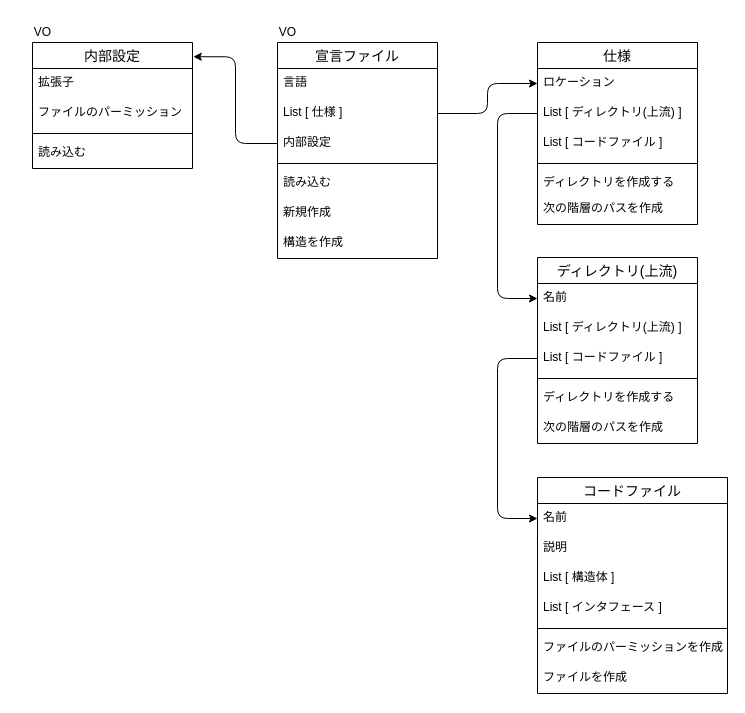
Earlier version of the draw.io diagram page "ドメインモデル図" (1 of 2) of design.dio (asweed888/clerk). Source tidied: cells renumbered, new cells numbered last; positions are measured from the earlier drawing's top-left corner, leaving out a move shared by most shapes. Both pictures are drawn from the tidied source at 100%, with x=0, y=0 at pixel (17, 17).
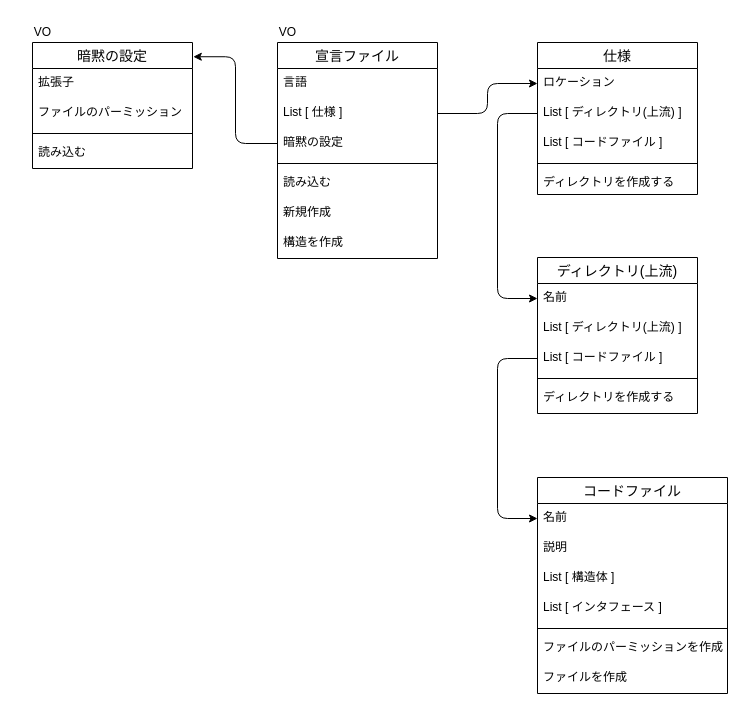
The same page after the edit.

The change refers to these unchanged cells:
```xml
<mxCell id="3" value="宣言ファイル" style="swimlane;fontStyle=0;horizontal=1;startSize=26;align=center;fontSize=14;" parent="2" vertex="1">
  <mxGeometry x="-70" y="20" width="160" height="216" as="geometry" />
</mxCell>
<mxCell id="12" style="group;" parent="1" vertex="1">
  <mxGeometry y="5" width="175" height="106" as="geometry" />
</mxCell>
```

Change to the diagram source:
```diff
@@
-    <mxCell id="6" value="内部設定" style="text;strokeColor=none;fillColor=none;spacingLeft=4;spacingRight=4;overflow=hidden;points=[[0,0.5],[1,0.5]];portConstraint=eastwest;fontSize=12;" parent="3" vertex="1">
+    <mxCell id="6" value="暗黙の設定" style="text;strokeColor=none;fillColor=none;spacingLeft=4;spacingRight=4;overflow=hidden;points=[[0,0.5],[1,0.5]];portConstraint=eastwest;fontSize=12;" parent="3" vertex="1">
       <mxGeometry y="86" width="160" height="30" as="geometry" />
     </mxCell>
@@
-    <mxCell id="13" value="内部設定" style="swimlane;fontStyle=0;horizontal=1;startSize=26;align=center;fontSize=14;" parent="12" vertex="1">
+    <mxCell id="13" value="暗黙の設定" style="swimlane;fontStyle=0;horizontal=1;startSize=26;align=center;fontSize=14;" parent="12" vertex="1">
       <mxGeometry x="15" y="20" width="160" height="126" as="geometry" />
     </mxCell>
@@
     <mxCell id="19" value="仕様" style="swimlane;fontStyle=0;horizontal=1;startSize=26;align=center;fontSize=14;" parent="1" vertex="1">
-      <mxGeometry x="520" y="25" width="160" height="182" as="geometry" />
+      <mxGeometry x="520" y="25" width="160" height="152" as="geometry" />
     </mxCell>
@@
-    <mxCell id="25" value="次の階層のパスを作成" style="text;strokeColor=none;fillColor=none;spacingLeft=4;spacingRight=4;overflow=hidden;fontSize=12;" parent="19" vertex="1">
-      <mxGeometry y="152" width="160" height="30" as="geometry" />
-    </mxCell>
     <mxCell id="26" value="ディレクトリ(上流)" style="swimlane;fontStyle=0;horizontal=1;startSize=26;align=center;fontSize=14;" parent="1" vertex="1">
-      <mxGeometry x="520" y="240" width="160" height="186" as="geometry" />
+      <mxGeometry x="520" y="240" width="160" height="156" as="geometry" />
     </mxCell>
@@
-    <mxCell id="32" value="次の階層のパスを作成" style="text;strokeColor=none;fillColor=none;spacingLeft=4;spacingRight=4;overflow=hidden;fontSize=12;" parent="26" vertex="1">
-      <mxGeometry y="156" width="160" height="30" as="geometry" />
-    </mxCell>
```
